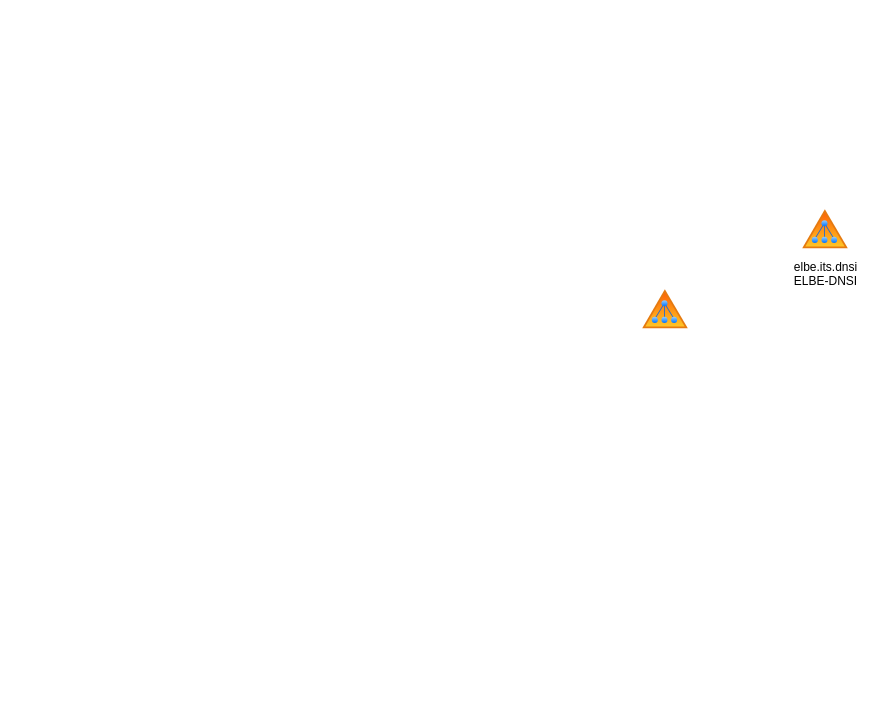
Before: page "Page-2" (2 of 2) of infomil-ad-siadmin.drawio in titor7/schemas, a draw.io diagram. Source tidied: cells renumbered, new cells numbered last; positions are measured from the earlier drawing's top-left corner, leaving out a move shared by most shapes. Both pictures are drawn from the tidied source at 100%, with x=0, y=0 at pixel (640, 207).
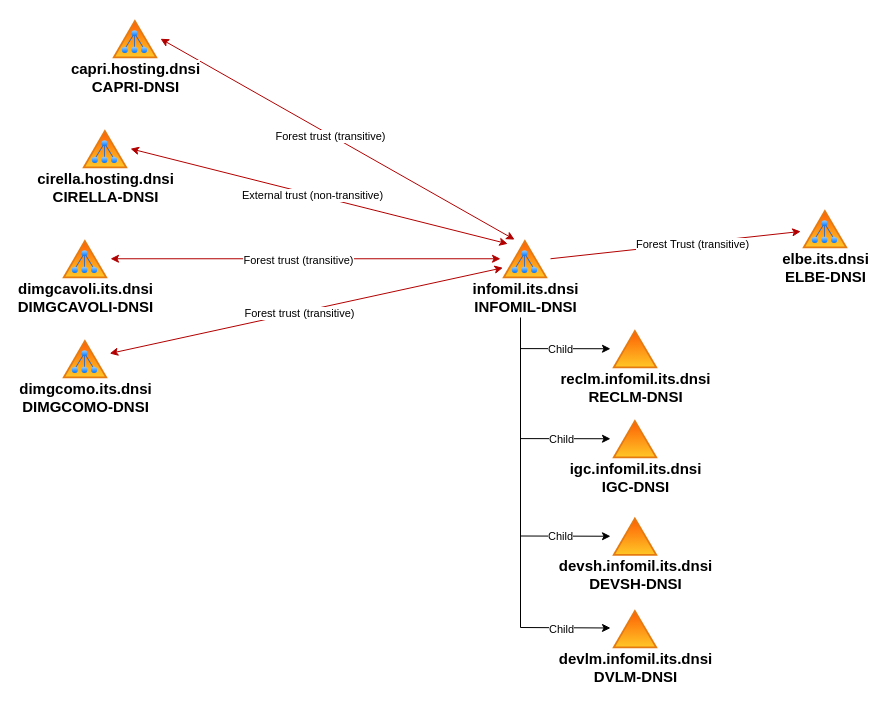
Above is the later version.

The edit, as a diff of the source:
```diff
@@
+    <mxCell id="4" style="endArrow=classic;html=1;rounded=0;fillColor=#e51400;strokeColor=#B20000;exitX=1;exitY=0.5;exitDx=0;exitDy=0;" parent="1" edge="1" source="8" target="2">
+      <mxGeometry relative="1" as="geometry" />
+    </mxCell>
+    <mxCell id="5" value="Forest Trust&amp;nbsp;(transitive)" style="edgeLabel;html=1;align=center;verticalAlign=middle;" parent="4" vertex="1">
+      <mxGeometry x="0.13" y="-1" relative="1" as="geometry" />
+    </mxCell>
-    <mxCell id="2" value="elbe.its.dnsi&lt;br&gt;ELBE-DNSI" style="image;perimeter=ellipsePerimeter;html=1;align=center;shadow=0;dashed=0;spacingTop=3;image=img/lib/active_directory/active_directory.svg;" parent="1" vertex="1">
+    <mxCell id="2" value="&lt;span style=&quot;background-color: rgb(255, 255, 255);&quot;&gt;elbe.its.dnsi&lt;/span&gt;&lt;br style=&quot;background-color: rgb(236, 236, 236);&quot;&gt;&lt;span style=&quot;background-color: rgb(255, 255, 255);&quot;&gt;ELBE-DNSI&lt;/span&gt;" style="image;perimeter=ellipsePerimeter;html=1;align=center;shadow=0;dashed=0;spacingTop=-7;image=img/lib/active_directory/active_directory.svg;fontSize=15;fontStyle=1;" parent="1" vertex="1">
       <mxGeometry x="160" width="50" height="42.5" as="geometry" />
     </mxCell>
-    <mxCell id="3" style="image;perimeter=ellipsePerimeter;html=1;align=center;shadow=0;dashed=0;spacingTop=3;image=img/lib/active_directory/active_directory.svg;" parent="1" vertex="1">
-      <mxGeometry y="80" width="50" height="42.5" as="geometry" />
-    </mxCell>
+    <mxCell id="6" style="rounded=0;jettySize=auto;html=1;entryX=1;entryY=0.5;entryDx=0;entryDy=0;exitX=0.25;exitY=0;exitDx=0;exitDy=0;strokeColor=#B20000;align=center;verticalAlign=middle;fontFamily=Helvetica;fontSize=11;fontColor=default;labelBackgroundColor=default;endArrow=classic;fillColor=#e51400;startArrow=classic;startFill=1;" parent="1" edge="1" source="8" target="22">
+      <mxGeometry relative="1" as="geometry" />
+    </mxCell>
+    <mxCell id="7" value="Forest trust (transitive)" style="edgeLabel;html=1;align=center;verticalAlign=middle;rounded=0;strokeColor=#B20000;fontFamily=Helvetica;fontSize=11;fontColor=default;labelBackgroundColor=default;fillColor=#e51400;" parent="6" vertex="1">
+      <mxGeometry x="0.04" y="1" relative="1" as="geometry" />
+    </mxCell>
+    <mxCell id="8" value="&lt;span&gt;&lt;span style=&quot;background-color: rgb(255, 255, 255);&quot;&gt;infomil.its.dnsi&lt;/span&gt;&lt;br style=&quot;background-color: rgb(236, 236, 236);&quot;&gt;&lt;span style=&quot;background-color: rgb(255, 255, 255);&quot;&gt;INFOMIL-DNSI&lt;/span&gt;&lt;/span&gt;" style="image;perimeter=ellipsePerimeter;html=1;align=center;shadow=0;dashed=0;spacingTop=-7;image=img/lib/active_directory/active_directory.svg;fontSize=15;fontStyle=1;" parent="1" vertex="1">
+      <mxGeometry x="-140" y="30" width="50" height="42.5" as="geometry" />
+    </mxCell>
+    <mxCell id="9" value="&lt;b&gt;&lt;font style=&quot;font-size: 15px;&quot;&gt;igc.infomil.its.dnsi&lt;/font&gt;&lt;/b&gt;&lt;div&gt;&lt;b style=&quot;&quot;&gt;&lt;font style=&quot;font-size: 15px;&quot;&gt;IGC-DNSI&lt;/font&gt;&lt;/b&gt;&lt;/div&gt;" style="image;perimeter=ellipsePerimeter;html=1;align=center;shadow=0;dashed=0;spacingTop=-7;image=img/lib/active_directory/windows_domain.svg;" parent="1" vertex="1">
+      <mxGeometry x="-30" y="210" width="50" height="42.5" as="geometry" />
+    </mxCell>
+    <mxCell id="10" value="&lt;b&gt;&lt;font style=&quot;font-size: 15px;&quot;&gt;reclm.infomil.its.dnsi&lt;/font&gt;&lt;/b&gt;&lt;div&gt;&lt;b style=&quot;&quot;&gt;&lt;font style=&quot;font-size: 15px;&quot;&gt;RECLM-DNSI&lt;/font&gt;&lt;/b&gt;&lt;/div&gt;" style="image;perimeter=ellipsePerimeter;html=1;align=center;shadow=0;dashed=0;spacingTop=-7;image=img/lib/active_directory/windows_domain.svg;" parent="1" vertex="1">
+      <mxGeometry x="-30" y="120" width="50" height="42.5" as="geometry" />
+    </mxCell>
+    <mxCell id="11" value="&lt;b&gt;&lt;font style=&quot;font-size: 15px;&quot;&gt;devsh.infomil.its.dnsi&lt;/font&gt;&lt;/b&gt;&lt;div&gt;&lt;b&gt;&lt;font style=&quot;font-size: 15px;&quot;&gt;DEVSH-DNSI&lt;/font&gt;&lt;/b&gt;&lt;/div&gt;" style="image;perimeter=ellipsePerimeter;html=1;align=center;shadow=0;dashed=0;spacingTop=-7;image=img/lib/active_directory/windows_domain.svg;" parent="1" vertex="1">
+      <mxGeometry x="-30" y="307.5" width="50" height="42.5" as="geometry" />
+    </mxCell>
+    <mxCell id="12" value="&lt;b&gt;&lt;font style=&quot;font-size: 15px;&quot;&gt;devlm.infomil.its.dnsi&lt;/font&gt;&lt;/b&gt;&lt;div&gt;&lt;b style=&quot;&quot;&gt;&lt;font style=&quot;font-size: 15px;&quot;&gt;DVLM-DNSI&lt;/font&gt;&lt;/b&gt;&lt;/div&gt;" style="image;perimeter=ellipsePerimeter;html=1;align=center;shadow=0;dashed=0;spacingTop=-7;image=img/lib/active_directory/windows_domain.svg;strokeColor=default;verticalAlign=top;fontFamily=Helvetica;fontSize=12;fontColor=default;labelBackgroundColor=default;fillColor=default;" parent="1" vertex="1">
+      <mxGeometry x="-30" y="400" width="50" height="42.5" as="geometry" />
+    </mxCell>
+    <mxCell id="13" style="endArrow=classic;html=1;rounded=0;entryX=0;entryY=0.5;entryDx=0;entryDy=0;" parent="1" edge="1" target="10">
+      <mxGeometry relative="1" as="geometry">
+        <mxPoint x="-120" y="141.1" as="sourcePoint" />
+      </mxGeometry>
+    </mxCell>
+    <mxCell id="14" value="Child" style="edgeLabel;html=1;align=center;verticalAlign=middle;" parent="13" vertex="1">
+      <mxGeometry x="-0.24" y="-2" relative="1" as="geometry">
+        <mxPoint x="6" y="-2" as="offset" />
+      </mxGeometry>
+    </mxCell>
+    <mxCell id="15" style="endArrow=none;html=1;rounded=0;" parent="1" edge="1">
+      <mxGeometry relative="1" as="geometry">
+        <mxPoint x="-120" y="420" as="sourcePoint" />
+        <mxPoint x="-120" y="110" as="targetPoint" />
+      </mxGeometry>
+    </mxCell>
+    <mxCell id="16" style="endArrow=classic;html=1;rounded=0;entryX=0;entryY=0.5;entryDx=0;entryDy=0;" parent="1" edge="1" target="9">
+      <mxGeometry relative="1" as="geometry">
+        <mxPoint x="-120" y="231.1" as="sourcePoint" />
+      </mxGeometry>
+    </mxCell>
+    <mxCell id="17" value="Child" style="edgeLabel;html=1;align=center;verticalAlign=middle;" parent="16" vertex="1">
+      <mxGeometry x="0.07" y="2" relative="1" as="geometry">
+        <mxPoint x="-8" y="2" as="offset" />
+      </mxGeometry>
+    </mxCell>
+    <mxCell id="18" style="endArrow=classic;html=1;rounded=0;entryX=0;entryY=0.5;entryDx=0;entryDy=0;" parent="1" edge="1" target="11">
+      <mxGeometry relative="1" as="geometry">
+        <mxPoint x="-120" y="328.5" as="sourcePoint" />
+      </mxGeometry>
+    </mxCell>
+    <mxCell id="19" value="Child" style="edgeLabel;html=1;align=center;verticalAlign=middle;" parent="18" vertex="1">
+      <mxGeometry x="-0.31" y="-2" relative="1" as="geometry">
+        <mxPoint x="9" y="-2" as="offset" />
+      </mxGeometry>
+    </mxCell>
+    <mxCell id="20" style="endArrow=classic;html=1;rounded=0;entryX=0;entryY=0.5;entryDx=0;entryDy=0;" parent="1" edge="1">
+      <mxGeometry relative="1" as="geometry">
+        <mxPoint x="-120" y="420" as="sourcePoint" />
+        <mxPoint x="-30" y="420.5" as="targetPoint" />
+      </mxGeometry>
+    </mxCell>
+    <mxCell id="21" value="Child" style="edgeLabel;html=1;align=center;verticalAlign=middle;" parent="20" vertex="1">
+      <mxGeometry x="-0.38" y="3" relative="1" as="geometry">
+        <mxPoint x="12" y="4" as="offset" />
+      </mxGeometry>
+    </mxCell>
+    <mxCell id="22" value="&lt;span style=&quot;background-color: rgb(255, 255, 255);&quot;&gt;capri.hosting.dnsi&lt;/span&gt;&lt;br style=&quot;background-color: rgb(236, 236, 236);&quot;&gt;&lt;span style=&quot;background-color: rgb(255, 255, 255);&quot;&gt;CAPRI-DNSI&lt;/span&gt;" style="image;perimeter=ellipsePerimeter;html=1;align=center;shadow=0;dashed=0;spacingTop=-7;image=img/lib/active_directory/active_directory.svg;fontSize=15;fontStyle=1;" parent="1" vertex="1">
+      <mxGeometry x="-530" y="-190" width="50" height="42.5" as="geometry" />
+    </mxCell>
+    <mxCell id="23" value="&lt;span style=&quot;background-color: rgb(255, 255, 255);&quot;&gt;cirella.hosting.dnsi&lt;/span&gt;&lt;br style=&quot;background-color: rgb(236, 236, 236);&quot;&gt;&lt;span style=&quot;background-color: rgb(255, 255, 255);&quot;&gt;CIRELLA-DNSI&lt;/span&gt;" style="image;perimeter=ellipsePerimeter;html=1;align=center;shadow=0;dashed=0;spacingTop=-7;image=img/lib/active_directory/active_directory.svg;fontSize=15;fontStyle=1;" parent="1" vertex="1">
+      <mxGeometry x="-560" y="-80" width="50" height="42.5" as="geometry" />
+    </mxCell>
+    <mxCell id="24" style="rounded=0;jettySize=auto;html=1;entryX=1;entryY=0.5;entryDx=0;entryDy=0;exitX=0;exitY=0;exitDx=0;exitDy=0;strokeColor=#B20000;align=center;verticalAlign=middle;fontFamily=Helvetica;fontSize=11;fontColor=default;labelBackgroundColor=default;endArrow=classic;fillColor=#e51400;startArrow=classic;startFill=1;" parent="1" edge="1" source="8" target="23">
+      <mxGeometry relative="1" as="geometry" />
+    </mxCell>
+    <mxCell id="25" value="External trust (non-transitive)" style="edgeLabel;html=1;align=center;verticalAlign=middle;rounded=0;strokeColor=#B20000;fontFamily=Helvetica;fontSize=11;fontColor=default;labelBackgroundColor=default;fillColor=#e51400;" parent="24" vertex="1">
+      <mxGeometry x="0.04" y="1" relative="1" as="geometry" />
+    </mxCell>
+    <mxCell id="26" value="&lt;span style=&quot;background-color: rgb(255, 255, 255);&quot;&gt;dimgcavoli.its.dnsi&lt;/span&gt;&lt;br style=&quot;background-color: rgb(236, 236, 236);&quot;&gt;&lt;span style=&quot;background-color: rgb(255, 255, 255);&quot;&gt;DIMGCAVOLI-DNSI&lt;/span&gt;" style="image;perimeter=ellipsePerimeter;html=1;align=center;shadow=0;dashed=0;spacingTop=-7;image=img/lib/active_directory/active_directory.svg;fontSize=15;fontStyle=1;" parent="1" vertex="1">
+      <mxGeometry x="-580" y="30" width="50" height="42.5" as="geometry" />
+    </mxCell>
+    <mxCell id="27" style="rounded=0;jettySize=auto;html=1;entryX=1;entryY=0.5;entryDx=0;entryDy=0;exitX=0;exitY=0.5;exitDx=0;exitDy=0;strokeColor=#B20000;align=center;verticalAlign=middle;fontFamily=Helvetica;fontSize=11;fontColor=default;labelBackgroundColor=default;endArrow=classic;fillColor=#e51400;startArrow=classic;startFill=1;" parent="1" edge="1" source="8" target="26">
+      <mxGeometry relative="1" as="geometry" />
+    </mxCell>
+    <mxCell id="28" value="Forest trust (transitive)" style="edgeLabel;html=1;align=center;verticalAlign=middle;rounded=0;strokeColor=#B20000;fontFamily=Helvetica;fontSize=11;fontColor=default;labelBackgroundColor=default;fillColor=#e51400;" parent="27" vertex="1">
+      <mxGeometry x="0.04" y="1" relative="1" as="geometry" />
+    </mxCell>
+    <mxCell id="29" value="dimgcomo.its.dnsi&lt;br&gt;DIMGCOMO-DNSI" style="image;perimeter=ellipsePerimeter;html=1;align=center;shadow=0;dashed=0;spacingTop=-7;image=img/lib/active_directory/active_directory.svg;fontSize=15;fontStyle=1;" parent="1" vertex="1">
+      <mxGeometry x="-580" y="130" width="50" height="42.5" as="geometry" />
+    </mxCell>
+    <mxCell id="30" style="rounded=0;jettySize=auto;html=1;strokeColor=#B20000;align=center;verticalAlign=middle;fontFamily=Helvetica;fontSize=11;fontColor=default;labelBackgroundColor=default;endArrow=classic;fillColor=#e51400;startArrow=classic;startFill=1;exitX=0;exitY=0.75;exitDx=0;exitDy=0;" parent="1" edge="1" source="8" target="29">
+      <mxGeometry relative="1" as="geometry" />
+    </mxCell>
+    <mxCell id="31" value="Forest trust (transitive)" style="edgeLabel;html=1;align=center;verticalAlign=middle;rounded=0;strokeColor=#B20000;fontFamily=Helvetica;fontSize=11;fontColor=default;labelBackgroundColor=default;fillColor=#e51400;" parent="30" vertex="1">
+      <mxGeometry x="0.04" y="1" relative="1" as="geometry" />
+    </mxCell>
```
